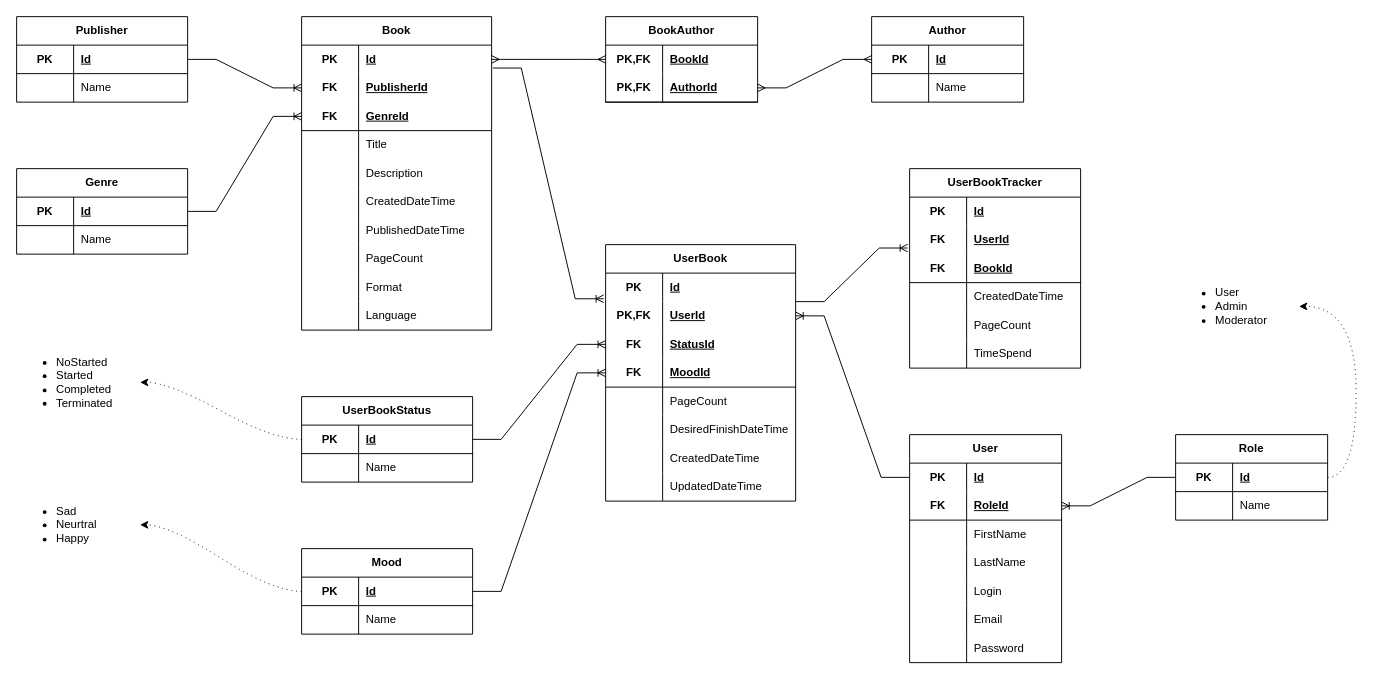
The draw.io diagram docs/DatabaseDiagram.drawio in norison/BookTracker, before the edit. Source tidied: cells renumbered, new cells numbered last; positions are measured from the earlier drawing's top-left corner, leaving out a move shared by most shapes. Both pictures are drawn from the tidied source at 95%, with x=0, y=0 at pixel (16, 16).
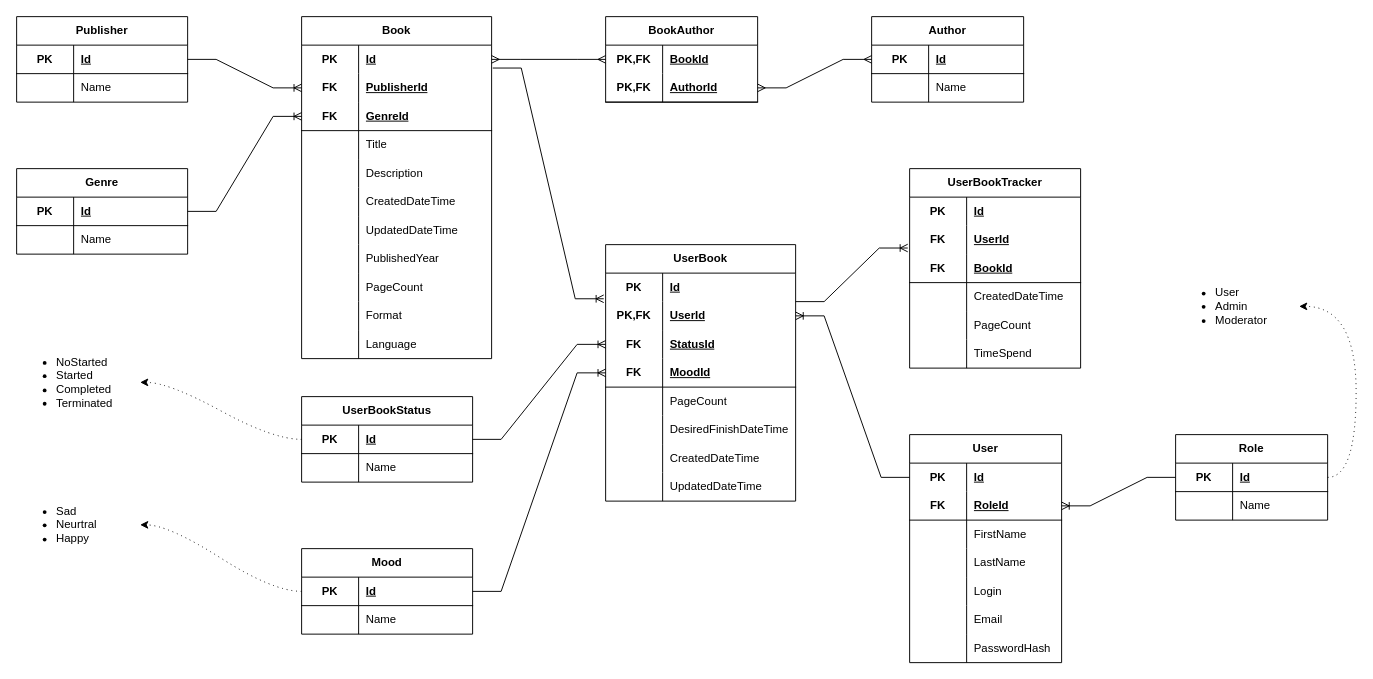
Above is the later version.

The change refers to these unchanged cells:
```xml
<mxCell id="29" style="shape=tableRow;horizontal=0;startSize=0;swimlaneHead=0;swimlaneBody=0;fillColor=none;top=0;left=0;right=0;bottom=0;html=1;" parent="10" vertex="1">
  <mxGeometry y="210" width="160" height="30" as="geometry" />
</mxCell>
```

Change to the diagram source:
```diff
@@
-    <mxCell id="31" value="Password" style="shape=partialRectangle;fillColor=none;top=0;left=0;bottom=0;right=0;align=left;spacingLeft=6;overflow=hidden;html=1;whiteSpace=wrap;" parent="29" vertex="1">
+    <mxCell id="31" value="PasswordHash" style="shape=partialRectangle;fillColor=none;top=0;left=0;bottom=0;right=0;align=left;spacingLeft=6;overflow=hidden;html=1;whiteSpace=wrap;" parent="29" vertex="1">
       <mxGeometry x="60" width="100" height="30" as="geometry" />
     </mxCell>
     <mxCell id="32" value="Book" style="shape=table;startSize=30;childLayout=tableLayout;rowLines=0;fontStyle=1;align=center;html=1;whiteSpace=wrap;" parent="1" vertex="1">
-      <mxGeometry x="300" width="200" height="330" as="geometry" />
+      <mxGeometry x="300" width="200" height="360" as="geometry" />
     </mxCell>
@@
+    <mxCell id="164" style="shape=tableRow;horizontal=0;startSize=0;swimlaneHead=0;swimlaneBody=0;fillColor=none;top=0;left=0;right=0;bottom=0;html=1;" parent="32" vertex="1">
+      <mxGeometry y="210" width="200" height="30" as="geometry" />
+    </mxCell>
+    <mxCell id="165" style="shape=partialRectangle;fillColor=none;top=0;left=0;bottom=0;right=0;overflow=hidden;html=1;whiteSpace=wrap;" parent="164" vertex="1">
+      <mxGeometry width="60" height="30" as="geometry" />
+    </mxCell>
+    <mxCell id="166" value="UpdatedDateTime" style="shape=partialRectangle;fillColor=none;top=0;left=0;bottom=0;right=0;align=left;spacingLeft=6;overflow=hidden;html=1;whiteSpace=wrap;" parent="164" vertex="1">
+      <mxGeometry x="60" width="140" height="30" as="geometry" />
+    </mxCell>
     <mxCell id="51" style="shape=tableRow;horizontal=0;startSize=0;swimlaneHead=0;swimlaneBody=0;fillColor=none;top=0;left=0;right=0;bottom=0;html=1;" parent="32" vertex="1">
-      <mxGeometry y="210" width="200" height="30" as="geometry" />
+      <mxGeometry y="240" width="200" height="30" as="geometry" />
     </mxCell>
@@
-    <mxCell id="53" value="PublishedDateTime" style="shape=partialRectangle;fillColor=none;top=0;left=0;bottom=0;right=0;align=left;spacingLeft=6;overflow=hidden;html=1;whiteSpace=wrap;" parent="51" vertex="1">
+    <mxCell id="53" value="PublishedYear" style="shape=partialRectangle;fillColor=none;top=0;left=0;bottom=0;right=0;align=left;spacingLeft=6;overflow=hidden;html=1;whiteSpace=wrap;" parent="51" vertex="1">
       <mxGeometry x="60" width="140" height="30" as="geometry" />
     </mxCell>
     <mxCell id="54" style="shape=tableRow;horizontal=0;startSize=0;swimlaneHead=0;swimlaneBody=0;fillColor=none;top=0;left=0;right=0;bottom=0;html=1;" parent="32" vertex="1">
-      <mxGeometry y="240" width="200" height="30" as="geometry" />
+      <mxGeometry y="270" width="200" height="30" as="geometry" />
     </mxCell>
@@
     <mxCell id="57" style="shape=tableRow;horizontal=0;startSize=0;swimlaneHead=0;swimlaneBody=0;fillColor=none;top=0;left=0;right=0;bottom=0;html=1;" parent="32" vertex="1">
-      <mxGeometry y="270" width="200" height="30" as="geometry" />
+      <mxGeometry y="300" width="200" height="30" as="geometry" />
     </mxCell>
@@
     <mxCell id="60" style="shape=tableRow;horizontal=0;startSize=0;swimlaneHead=0;swimlaneBody=0;fillColor=none;top=0;left=0;right=0;bottom=0;html=1;" parent="32" vertex="1">
-      <mxGeometry y="300" width="200" height="30" as="geometry" />
+      <mxGeometry y="330" width="200" height="30" as="geometry" />
     </mxCell>
```
